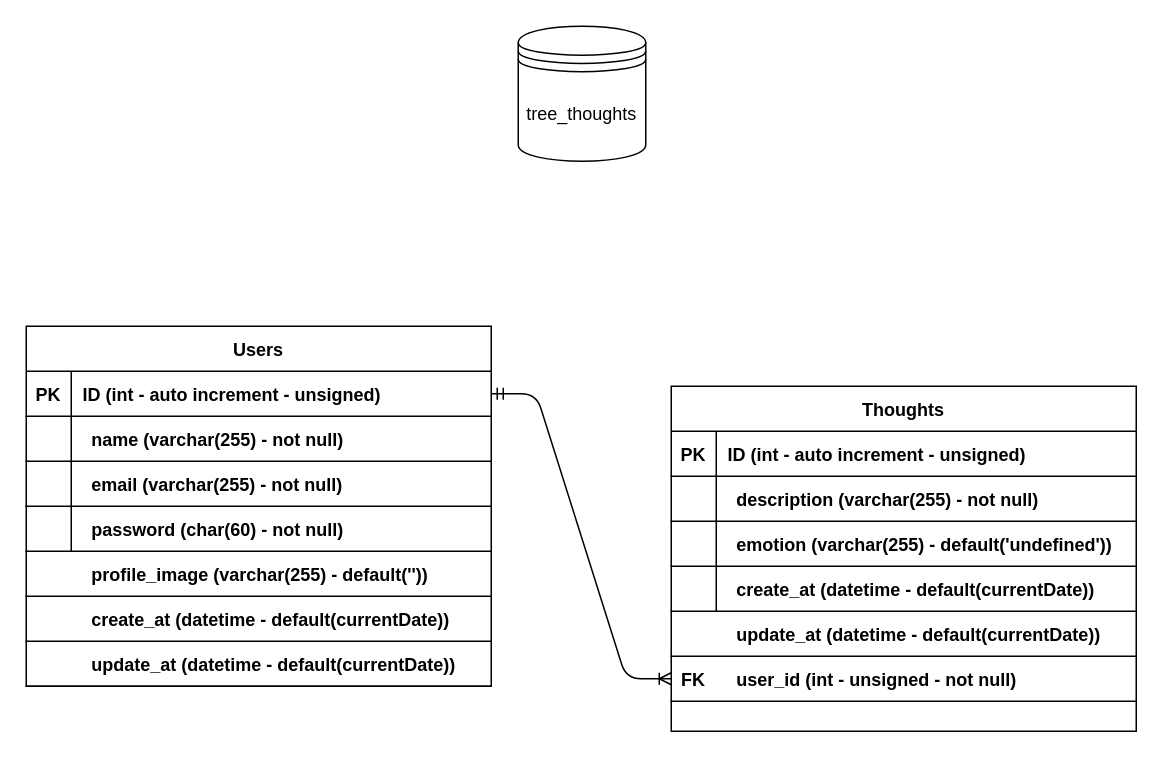
Before: docs/DER.drawio in AmandaCleto/express--tree-thoughts--back, a draw.io diagram. Source tidied: cells renumbered, new cells numbered last; positions are measured from the earlier drawing's top-left corner, leaving out a move shared by most shapes. Both pictures are drawn from the tidied source at 150%, with x=0, y=0 at pixel (26, 26).
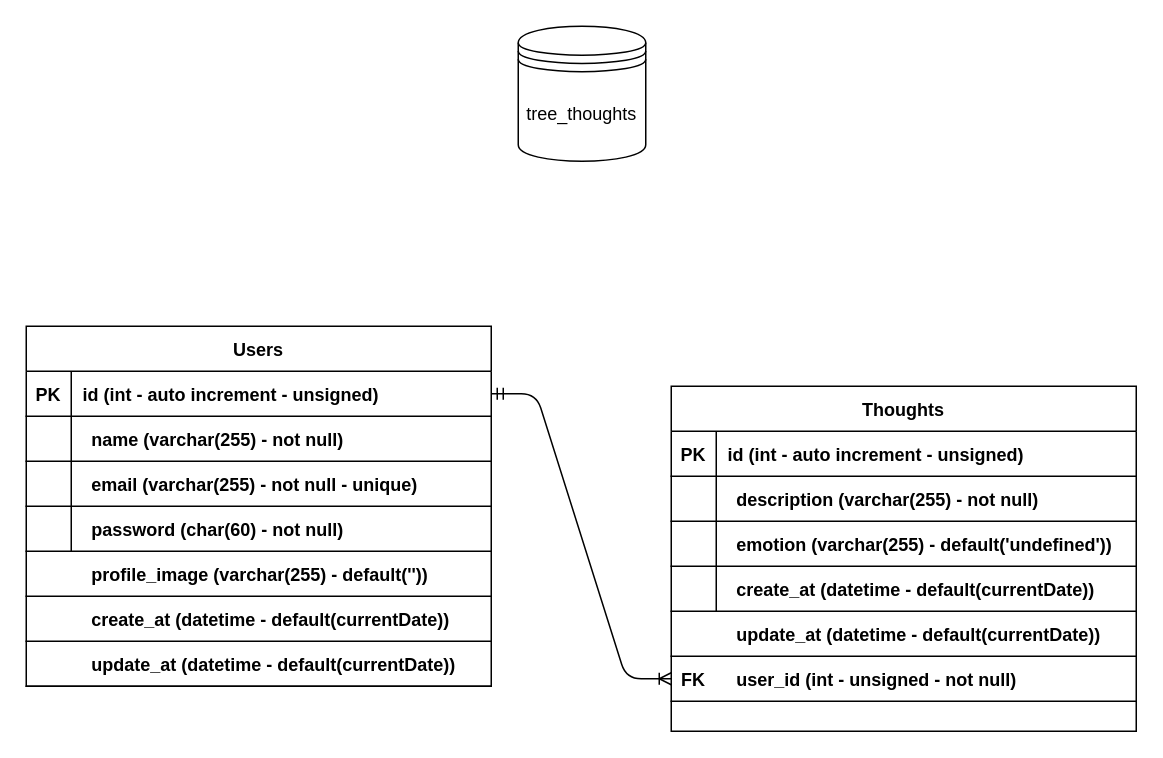
Above is the later version.

The change refers to these unchanged cells:
```xml
<mxCell id="4" style="shape=partialRectangle;fillColor=none;top=0;left=0;bottom=1;right=0;points=[[0,0.5],[1,0.5]];portConstraint=eastwest;" parent="3" vertex="1">
  <mxGeometry y="30" width="310" height="30" as="geometry" />
</mxCell>
<mxCell id="19" style="shape=partialRectangle;fillColor=none;top=0;left=0;bottom=1;right=0;" parent="1" vertex="1">
  <mxGeometry y="290" width="310" height="30" as="geometry" />
</mxCell>
<mxCell id="29" style="shape=partialRectangle;fillColor=none;top=0;left=0;bottom=1;right=0;" parent="28" vertex="1">
  <mxGeometry y="30" width="310" height="30" as="geometry" />
</mxCell>
```

Diff of the diagram source:
```diff
@@
-    <mxCell id="6" value="ID (int - auto increment - unsigned)" style="shape=partialRectangle;fillColor=none;top=0;left=0;bottom=0;right=0;align=left;spacingLeft=6;fontStyle=1;overflow=hidden;" parent="4" vertex="1">
+    <mxCell id="6" value="id (int - auto increment - unsigned)" style="shape=partialRectangle;fillColor=none;top=0;left=0;bottom=0;right=0;align=left;spacingLeft=6;fontStyle=1;overflow=hidden;" parent="4" vertex="1">
       <mxGeometry x="30" width="280" height="30" as="geometry" />
     </mxCell>
@@
-    <mxCell id="21" value="email (varchar(255) - not null)" style="shape=partialRectangle;fillColor=none;top=0;left=0;bottom=0;right=0;align=left;spacingLeft=6;fontStyle=1;overflow=hidden;" parent="19" vertex="1">
+    <mxCell id="21" value="email (varchar(255) - not null - unique)" style="shape=partialRectangle;fillColor=none;top=0;left=0;bottom=0;right=0;align=left;spacingLeft=6;fontStyle=1;overflow=hidden;" parent="19" vertex="1">
       <mxGeometry x="35.8" width="274.2" height="30" as="geometry" />
     </mxCell>
@@
-    <mxCell id="31" value="ID (int - auto increment - unsigned)" style="shape=partialRectangle;fillColor=none;top=0;left=0;bottom=0;right=0;align=left;spacingLeft=6;fontStyle=1;overflow=hidden;" parent="29" vertex="1">
+    <mxCell id="31" value="id (int - auto increment - unsigned)" style="shape=partialRectangle;fillColor=none;top=0;left=0;bottom=0;right=0;align=left;spacingLeft=6;fontStyle=1;overflow=hidden;" parent="29" vertex="1">
       <mxGeometry x="30" width="280" height="30" as="geometry" />
     </mxCell>
```
